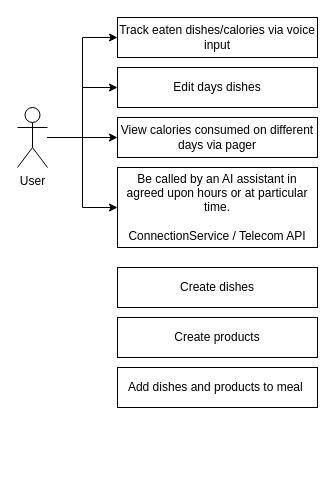
Above: page "use-cases" (1 of 4) of fiti-architecture.drawio in DamianWoroszyl/fiti (draw.io), before the change. Source tidied: cells renumbered, new cells numbered last; positions are measured from the earlier drawing's top-left corner, leaving out a move shared by most shapes. Both pictures are drawn from the tidied source at 100%, with x=0, y=0 at pixel (17, 17).
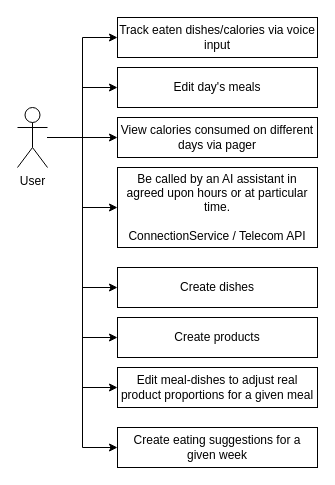
After the change.

The edit, as a diff of the source:
```diff
@@
 <mxGraphModel>
   <root>
     <mxCell id="0" />
     <mxCell id="1" parent="0" />
     <mxCell id="2" style="edgeStyle=orthogonalEdgeStyle;rounded=0;jettySize=auto;html=1;entryX=0;entryY=0.5;entryDx=0;entryDy=0;" parent="1" edge="1" source="6" target="7">
       <mxGeometry relative="1" as="geometry" />
     </mxCell>
     <mxCell id="3" style="edgeStyle=orthogonalEdgeStyle;rounded=0;jettySize=auto;html=1;entryX=0;entryY=0.5;entryDx=0;entryDy=0;" parent="1" edge="1" source="6" target="9">
       <mxGeometry relative="1" as="geometry" />
     </mxCell>
     <mxCell id="4" style="edgeStyle=orthogonalEdgeStyle;rounded=0;jettySize=auto;html=1;entryX=0;entryY=0.5;entryDx=0;entryDy=0;" parent="1" edge="1" source="6" target="8">
       <mxGeometry relative="1" as="geometry" />
     </mxCell>
     <mxCell id="5" style="edgeStyle=orthogonalEdgeStyle;rounded=0;jettySize=auto;html=1;entryX=0;entryY=0.5;entryDx=0;entryDy=0;" parent="1" edge="1" source="6" target="10">
       <mxGeometry relative="1" as="geometry" />
     </mxCell>
+    <mxCell id="14" style="edgeStyle=orthogonalEdgeStyle;rounded=0;jettySize=auto;html=1;entryX=0;entryY=0.5;entryDx=0;entryDy=0;" parent="1" edge="1" source="6" target="11">
+      <mxGeometry relative="1" as="geometry" />
+    </mxCell>
+    <mxCell id="15" style="edgeStyle=orthogonalEdgeStyle;rounded=0;jettySize=auto;html=1;entryX=0;entryY=0.5;entryDx=0;entryDy=0;" parent="1" edge="1" source="6" target="12">
+      <mxGeometry relative="1" as="geometry" />
+    </mxCell>
+    <mxCell id="16" style="edgeStyle=orthogonalEdgeStyle;rounded=0;jettySize=auto;html=1;entryX=0;entryY=0.5;entryDx=0;entryDy=0;" parent="1" edge="1" source="6" target="13">
+      <mxGeometry relative="1" as="geometry" />
+    </mxCell>
+    <mxCell id="17" style="edgeStyle=orthogonalEdgeStyle;rounded=0;jettySize=auto;html=1;entryX=0;entryY=0.5;entryDx=0;entryDy=0;" parent="1" edge="1" source="6" target="18">
+      <mxGeometry relative="1" as="geometry" />
+    </mxCell>
     <mxCell id="6" value="User" style="shape=umlActor;verticalLabelPosition=bottom;verticalAlign=top;html=1;outlineConnect=0;" parent="1" vertex="1">
       <mxGeometry y="90" width="30" height="60" as="geometry" />
     </mxCell>
     <mxCell id="7" value="Track eaten dishes/calories via voice input" style="rounded=0;whiteSpace=wrap;html=1;" parent="1" vertex="1">
       <mxGeometry x="100" width="200" height="40" as="geometry" />
     </mxCell>
     <mxCell id="8" value="View calories consumed on different days via pager" style="rounded=0;whiteSpace=wrap;html=1;" parent="1" vertex="1">
       <mxGeometry x="100" y="100" width="200" height="40" as="geometry" />
     </mxCell>
-    <mxCell id="9" value="Edit days dishes" style="rounded=0;whiteSpace=wrap;html=1;" parent="1" vertex="1">
+    <mxCell id="9" value="Edit day's meals" style="rounded=0;whiteSpace=wrap;html=1;" parent="1" vertex="1">
       <mxGeometry x="100" y="50" width="200" height="40" as="geometry" />
     </mxCell>
     <mxCell id="10" value="Be called by an AI assistant in agreed upon hours or at particular time.&lt;div&gt;&lt;br&gt;&lt;/div&gt;&lt;div&gt;ConnectionService / Telecom API&lt;/div&gt;" style="rounded=0;whiteSpace=wrap;html=1;" parent="1" vertex="1">
       <mxGeometry x="100" y="150" width="200" height="80" as="geometry" />
     </mxCell>
     <mxCell id="11" value="Create dishes" style="rounded=0;whiteSpace=wrap;html=1;" parent="1" vertex="1">
       <mxGeometry x="100" y="250" width="200" height="40" as="geometry" />
     </mxCell>
     <mxCell id="12" value="Create products" style="rounded=0;whiteSpace=wrap;html=1;" parent="1" vertex="1">
       <mxGeometry x="100" y="300" width="200" height="40" as="geometry" />
     </mxCell>
-    <mxCell id="13" value="Add dishes and products to meal&amp;nbsp;" style="rounded=0;whiteSpace=wrap;html=1;" parent="1" vertex="1">
+    <mxCell id="13" value="Edit meal-dishes to adjust real product proportions for a given meal" style="rounded=0;whiteSpace=wrap;html=1;" parent="1" vertex="1">
       <mxGeometry x="100" y="350" width="200" height="40" as="geometry" />
     </mxCell>
+    <mxCell id="18" value="Create eating suggestions for a given week" style="rounded=0;whiteSpace=wrap;html=1;" parent="1" vertex="1">
+      <mxGeometry x="100" y="410" width="200" height="40" as="geometry" />
+    </mxCell>
   </root>
 </mxGraphModel>
```
